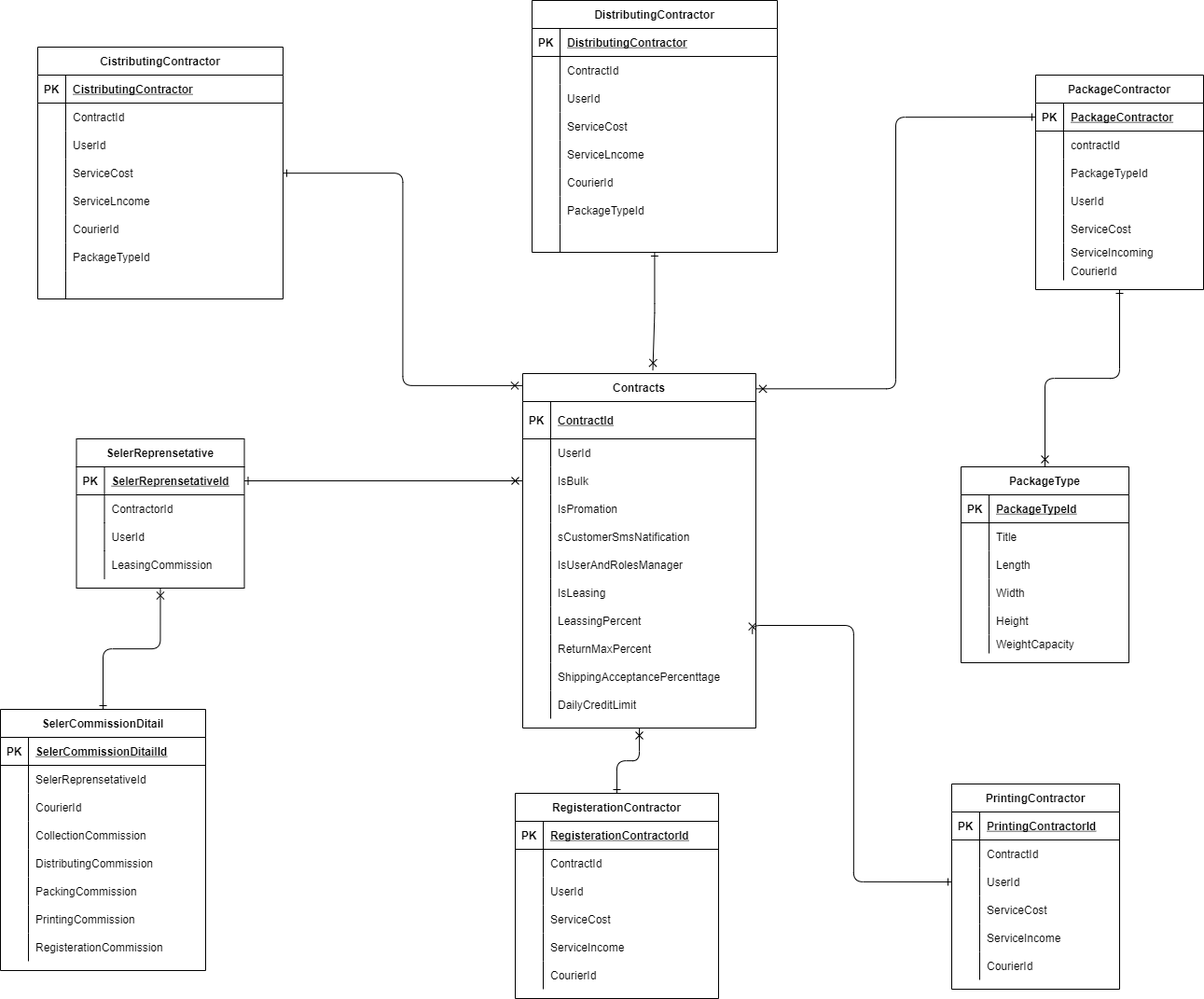
Above: 04-Contract-Service/imgs/ContractServiceDatabase.png in behrangaghili/Postex-Documents_Diagrams (draw.io), before the change. Source tidied: cells renumbered, new cells last; positions are measured from the earlier drawing's top-left corner, leaving out a move shared by most shapes.
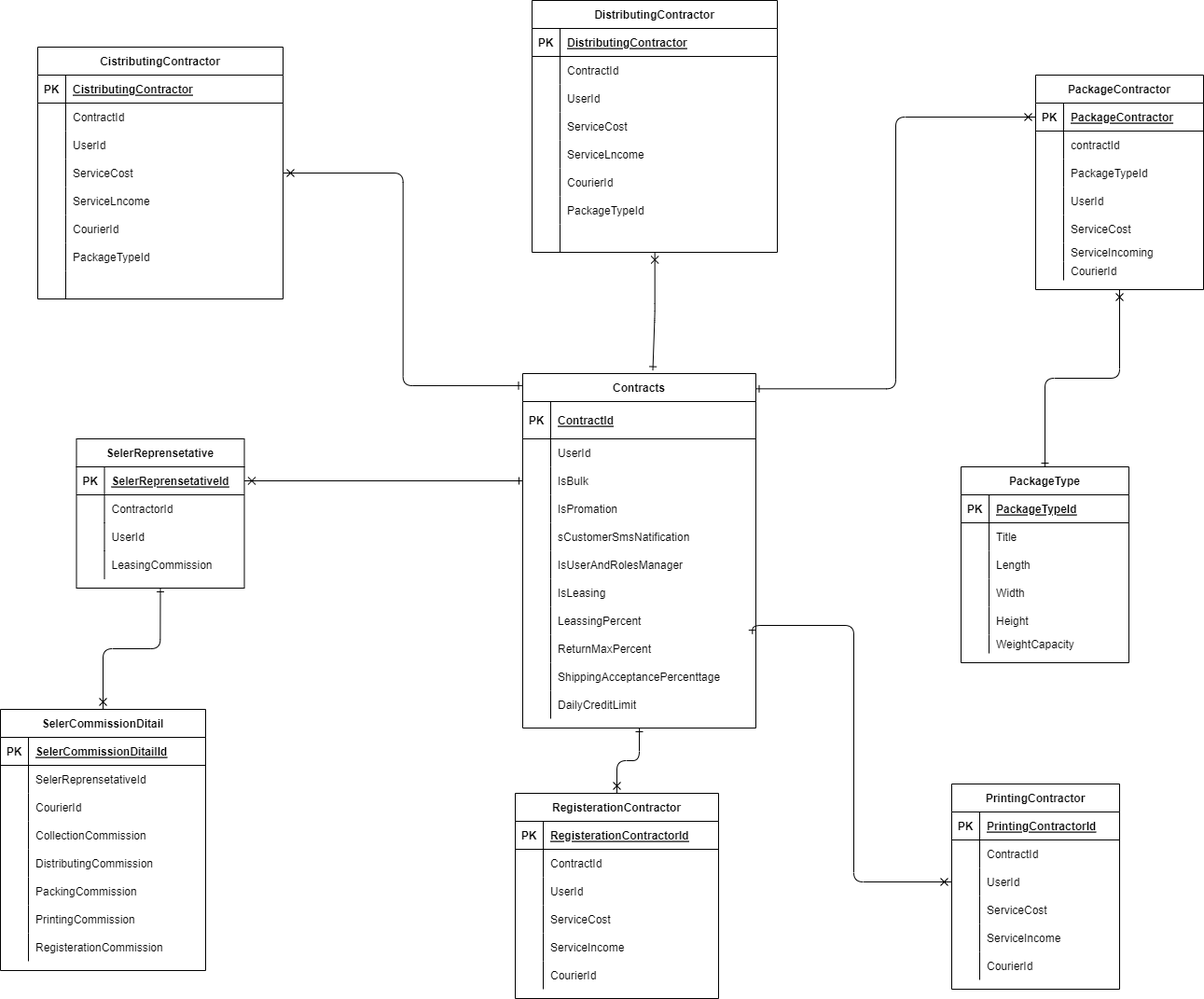
The same diagram one commit later.

Commit message:
edit contract service :diagram , main contact

What changed in the source:
```diff
@@ -200,7 +200,7 @@
     <mxCell id="67" value="LeasingCommission" style="shape=partialRectangle;fillColor=none;top=0;left=0;bottom=0;right=0;align=left;spacingLeft=6;overflow=hidden;" parent="65" vertex="1">
       <mxGeometry x="30" width="150" height="30" as="geometry" />
     </mxCell>
-    <mxCell id="68" style="edgeStyle=orthogonalEdgeStyle;html=1;entryX=0.558;entryY=-0.009;entryDx=0;entryDy=0;entryPerimeter=0;startArrow=ERone;startFill=0;endArrow=cross;endFill=0;" parent="1" edge="1" source="69" target="2">
+    <mxCell id="68" style="edgeStyle=orthogonalEdgeStyle;html=1;entryX=0.558;entryY=-0.009;entryDx=0;entryDy=0;entryPerimeter=0;startArrow=cross;startFill=0;endArrow=ERone;endFill=0;" parent="1" edge="1" source="69" target="2">
       <mxGeometry relative="1" as="geometry" />
     </mxCell>
     <mxCell id="69" value="DistributingContractor" style="shape=table;startSize=30;rowLines=0;fontStyle=1;align=center;" parent="1" vertex="1">
@@ -278,7 +278,7 @@
     <mxCell id="93" style="shape=partialRectangle;fillColor=none;top=0;left=0;bottom=0;right=0;align=left;spacingLeft=6;overflow=hidden;" parent="91" vertex="1">
       <mxGeometry x="30" width="233" height="30" as="geometry" />
     </mxCell>
-    <mxCell id="94" style="edgeStyle=orthogonalEdgeStyle;html=1;entryX=0.5;entryY=1;entryDx=0;entryDy=0;startArrow=ERone;startFill=0;endArrow=cross;endFill=0;" parent="1" edge="1" source="95" target="55">
+    <mxCell id="94" style="edgeStyle=orthogonalEdgeStyle;html=1;entryX=0.5;entryY=1;entryDx=0;entryDy=0;startArrow=cross;startFill=0;endArrow=ERone;endFill=0;" parent="1" edge="1" source="95" target="55">
       <mxGeometry relative="1" as="geometry" />
     </mxCell>
     <mxCell id="95" value="SelerCommissionDitail" style="shape=table;startSize=30;rowLines=0;fontStyle=1;align=center;" parent="1" vertex="1">
@@ -356,7 +356,7 @@
     <mxCell id="119" value="RegisterationCommission" style="shape=partialRectangle;fillColor=none;top=0;left=0;bottom=0;right=0;align=left;spacingLeft=6;overflow=hidden;" parent="117" vertex="1">
       <mxGeometry x="30" width="190" height="30" as="geometry" />
     </mxCell>
-    <mxCell id="120" style="edgeStyle=orthogonalEdgeStyle;html=1;entryX=-0.002;entryY=0.034;entryDx=0;entryDy=0;entryPerimeter=0;startArrow=ERone;startFill=0;endArrow=cross;endFill=0;" parent="1" edge="1" source="121" target="2">
+    <mxCell id="120" style="edgeStyle=orthogonalEdgeStyle;html=1;entryX=-0.002;entryY=0.034;entryDx=0;entryDy=0;entryPerimeter=0;startArrow=cross;startFill=0;endArrow=ERone;endFill=0;" parent="1" edge="1" source="121" target="2">
       <mxGeometry relative="1" as="geometry" />
     </mxCell>
     <mxCell id="121" value="CistributingContractor" style="shape=table;startSize=30;rowLines=0;fontStyle=1;align=center;" parent="1" vertex="1">
@@ -491,7 +491,7 @@
     <mxCell id="164" value="CourierId" style="shape=partialRectangle;fillColor=none;top=0;left=0;bottom=0;right=0;align=left;spacingLeft=6;overflow=hidden;" parent="162" vertex="1">
       <mxGeometry x="30" width="150" height="30" as="geometry" />
     </mxCell>
-    <mxCell id="165" style="edgeStyle=orthogonalEdgeStyle;html=1;exitX=0.5;exitY=0;exitDx=0;exitDy=0;entryX=0.5;entryY=1;entryDx=0;entryDy=0;startArrow=ERone;startFill=0;endArrow=cross;endFill=0;" parent="1" edge="1" source="166" target="2">
+    <mxCell id="165" style="edgeStyle=orthogonalEdgeStyle;html=1;exitX=0.5;exitY=0;exitDx=0;exitDy=0;entryX=0.5;entryY=1;entryDx=0;entryDy=0;startArrow=cross;startFill=0;endArrow=ERone;endFill=0;" parent="1" edge="1" source="166" target="2">
       <mxGeometry relative="1" as="geometry" />
     </mxCell>
     <mxCell id="166" value="RegisterationContractor" style="shape=table;startSize=30;rowLines=0;fontStyle=1;align=center;" parent="1" vertex="1">
@@ -551,7 +551,7 @@
     <mxCell id="184" value="CourierId" style="shape=partialRectangle;fillColor=none;top=0;left=0;bottom=0;right=0;align=left;spacingLeft=6;overflow=hidden;" parent="182" vertex="1">
       <mxGeometry x="30" width="188" height="30" as="geometry" />
     </mxCell>
-    <mxCell id="185" style="edgeStyle=orthogonalEdgeStyle;html=1;exitX=0.5;exitY=1;exitDx=0;exitDy=0;entryX=0.5;entryY=0;entryDx=0;entryDy=0;startArrow=ERone;startFill=0;endArrow=cross;endFill=0;" parent="1" edge="1" source="186" target="36">
+    <mxCell id="185" style="edgeStyle=orthogonalEdgeStyle;html=1;exitX=0.5;exitY=1;exitDx=0;exitDy=0;entryX=0.5;entryY=0;entryDx=0;entryDy=0;startArrow=cross;startFill=0;endArrow=ERone;endFill=0;" parent="1" edge="1" source="186" target="36">
       <mxGeometry relative="1" as="geometry" />
     </mxCell>
     <mxCell id="186" value="PackageContractor" style="shape=table;startSize=30;rowLines=0;fontStyle=1;align=center;" parent="1" vertex="1">
@@ -620,13 +620,13 @@
     <mxCell id="207" value="CourierId" style="shape=partialRectangle;fillColor=none;top=0;left=0;bottom=0;right=0;align=left;spacingLeft=6;overflow=hidden;" parent="205" vertex="1">
       <mxGeometry x="30" width="150" height="20" as="geometry" />
     </mxCell>
-    <mxCell id="208" style="edgeStyle=orthogonalEdgeStyle;html=1;entryX=0;entryY=0.5;entryDx=0;entryDy=0;startArrow=ERone;startFill=0;endArrow=cross;endFill=0;" parent="1" edge="1" source="56" target="9">
+    <mxCell id="208" style="edgeStyle=orthogonalEdgeStyle;html=1;entryX=0;entryY=0.5;entryDx=0;entryDy=0;startArrow=cross;startFill=0;endArrow=ERone;endFill=0;" parent="1" edge="1" source="56" target="9">
       <mxGeometry relative="1" as="geometry" />
     </mxCell>
-    <mxCell id="209" style="edgeStyle=orthogonalEdgeStyle;html=1;exitX=0;exitY=0.5;exitDx=0;exitDy=0;entryX=0.985;entryY=-0.029;entryDx=0;entryDy=0;entryPerimeter=0;startArrow=ERone;startFill=0;endArrow=cross;endFill=0;" parent="1" edge="1" source="153" target="27">
+    <mxCell id="209" style="edgeStyle=orthogonalEdgeStyle;html=1;exitX=0;exitY=0.5;exitDx=0;exitDy=0;entryX=0.985;entryY=-0.029;entryDx=0;entryDy=0;entryPerimeter=0;startArrow=cross;startFill=0;endArrow=ERone;endFill=0;" parent="1" edge="1" source="153" target="27">
       <mxGeometry relative="1" as="geometry" />
     </mxCell>
-    <mxCell id="210" style="edgeStyle=orthogonalEdgeStyle;html=1;exitX=0;exitY=0.5;exitDx=0;exitDy=0;entryX=0.998;entryY=0.043;entryDx=0;entryDy=0;entryPerimeter=0;startArrow=ERone;startFill=0;endArrow=cross;endFill=0;" parent="1" edge="1" source="187" target="2">
+    <mxCell id="210" style="edgeStyle=orthogonalEdgeStyle;html=1;exitX=0;exitY=0.5;exitDx=0;exitDy=0;entryX=0.998;entryY=0.043;entryDx=0;entryDy=0;entryPerimeter=0;startArrow=cross;startFill=0;endArrow=ERone;endFill=0;" parent="1" edge="1" source="187" target="2">
       <mxGeometry relative="1" as="geometry" />
     </mxCell>
   </root>
```
